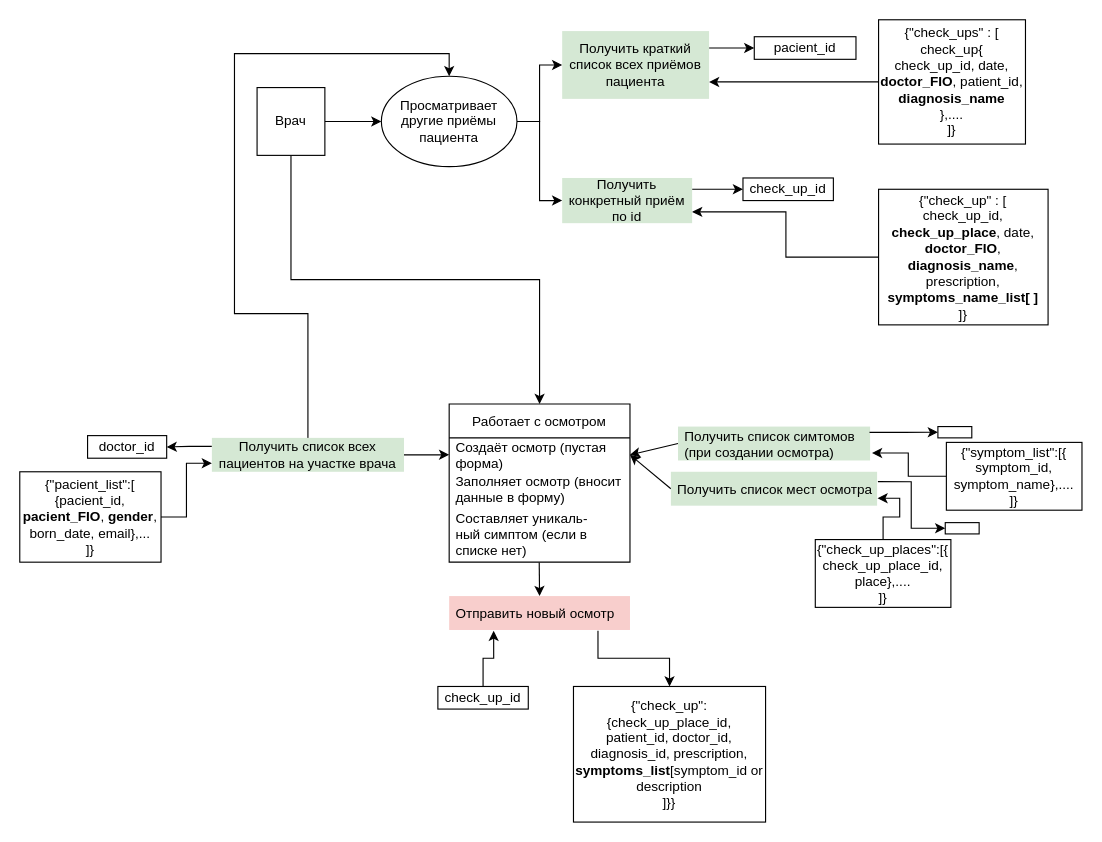
Rubelewaskes/Hospital keeps this draw.io diagram as page "Врач" (2 of 4) of Требования к проекту.drawio. Above is the earlier version. Source tidied: cells renumbered, new cells numbered last; positions are measured from the earlier drawing's top-left corner, leaving out a move shared by most shapes. Both pictures are drawn from the tidied source at 113%, with x=0, y=0 at pixel (19, 19).
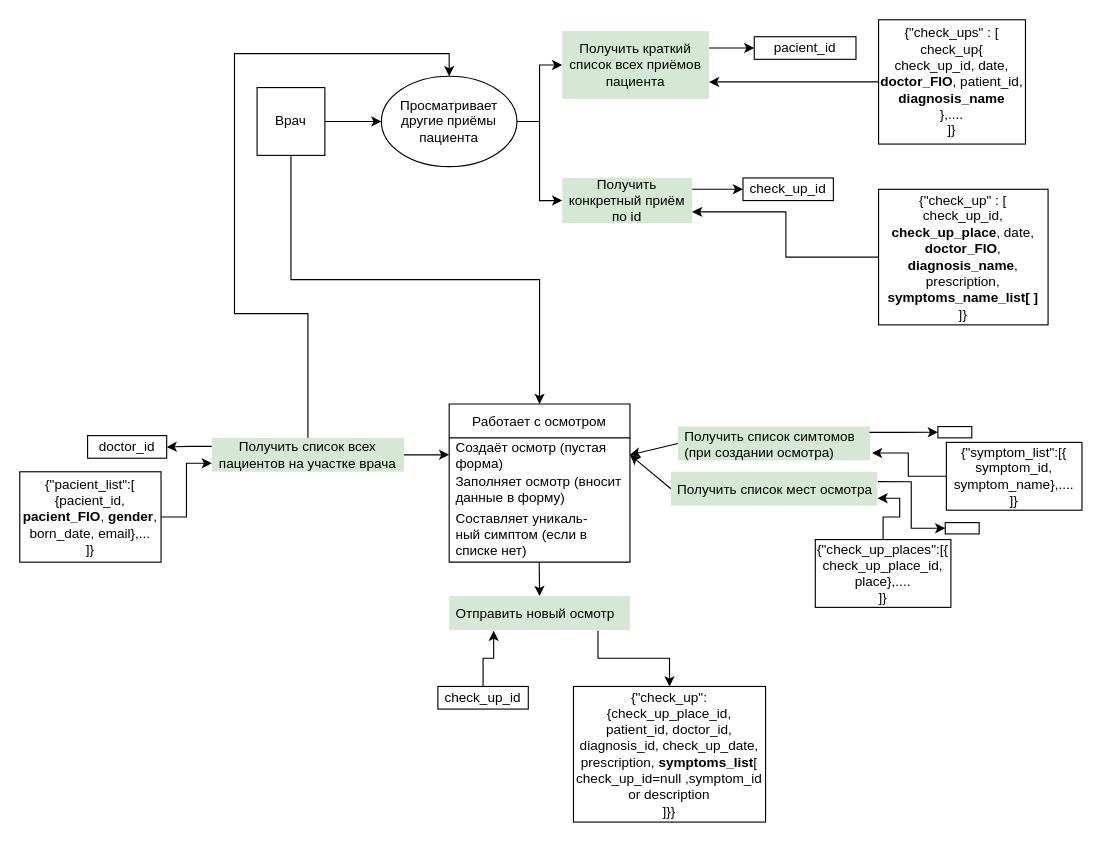
Above is the later version.

Diff of the diagram source:
```diff
@@
-    <mxCell id="29" value="Отправить новый осмотр" style="text;strokeColor=none;fillColor=#f8cecc;align=left;verticalAlign=middle;spacingLeft=4;spacingRight=4;overflow=hidden;points=[[0,0.5],[1,0.5]];portConstraint=eastwest;" parent="1" vertex="1">
+    <mxCell id="29" value="Отправить новый осмотр" style="text;strokeColor=none;fillColor=#d5e8d4;align=left;verticalAlign=middle;spacingLeft=4;spacingRight=4;overflow=hidden;points=[[0,0.5],[1,0.5]];portConstraint=eastwest;" parent="1" vertex="1">
       <mxGeometry x="380" y="510" width="160" height="30" as="geometry" />
     </mxCell>
@@
-    <mxCell id="33" value="{&quot;check_up&quot;:&lt;br&gt;{check_up_place_id, patient_id, doctor_id, diagnosis_id, prescription, &lt;b&gt;symptoms_list&lt;/b&gt;[symptom_id or description&lt;br&gt;]}}" style="rounded=0;whiteSpace=wrap;html=1;" parent="1" vertex="1">
+    <mxCell id="33" value="{&quot;check_up&quot;:&lt;br&gt;{check_up_place_id, patient_id, doctor_id, diagnosis_id, check_up_date, prescription, &lt;b&gt;symptoms_list&lt;/b&gt;[ check_up_id=null ,symptom_id or description&lt;br&gt;]}}" style="rounded=0;whiteSpace=wrap;html=1;" parent="1" vertex="1">
       <mxGeometry x="490" y="590" width="170" height="120" as="geometry" />
     </mxCell>
```
